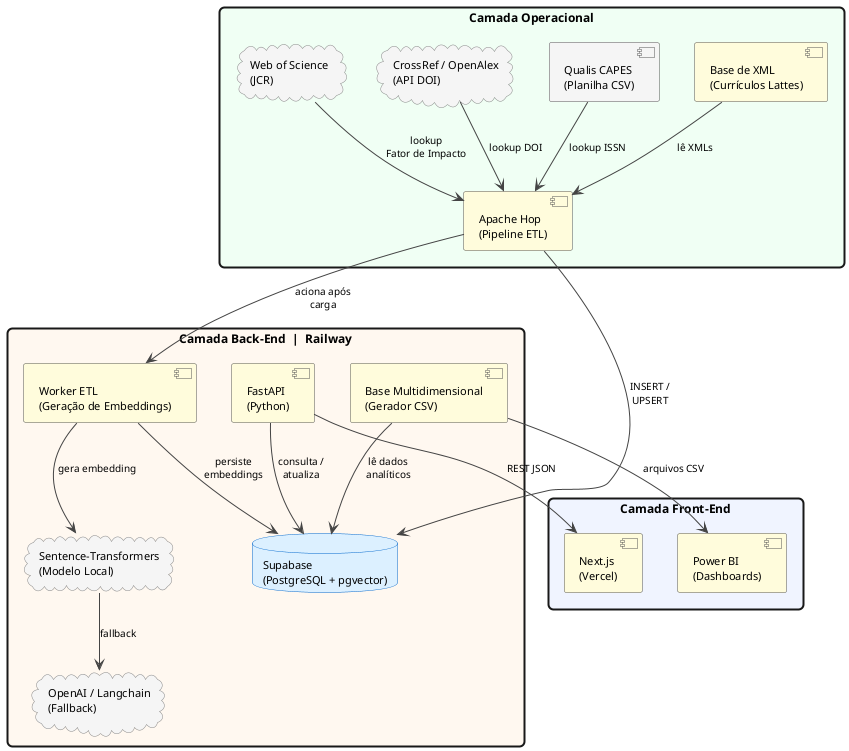
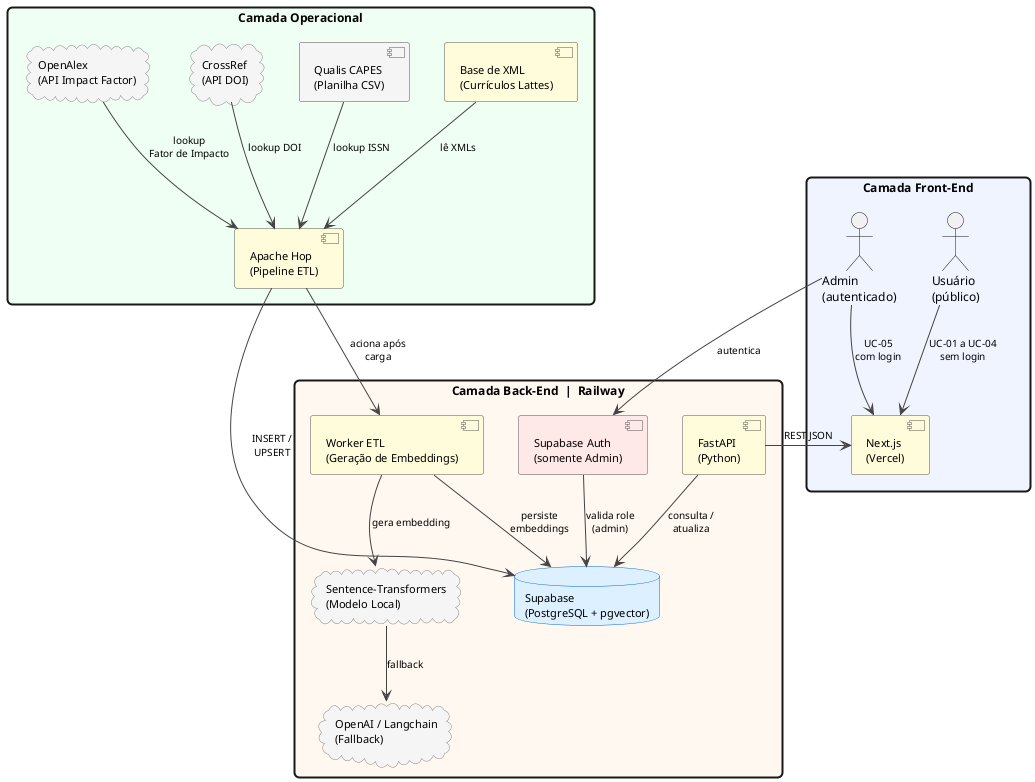
- @startuml SPK-73_Arquitetura
+ @startuml SPK-73_Arquitetura_v3

skinparam backgroundColor #FFFFFF
skinparam defaultFontName Arial
skinparam defaultFontSize 12

skinparam rectangle {
  RoundCorner 10
  BorderThickness 2
}

skinparam component {
  BackgroundColor #FFFCDC
  BorderColor #555555
  FontSize 11
}

skinparam database {
  BackgroundColor #DCF0FF
  BorderColor #0066CC
  FontSize 11
}

skinparam cloud {
  BackgroundColor #F5F5F5
  BorderColor #888888
  FontSize 11
}

skinparam arrow {
  Color #444444
  FontSize 10
}

' ════════════════════════════════════════════════════════
' CAMADA OPERACIONAL
' ════════════════════════════════════════════════════════
rectangle "Camada Operacional" #F0FFF4 {

  component "Base de XML\n(Currículos Lattes)" as XML #FFFCDC
-   component "Apache Hop\n(Pipeline ETL)" as HOP #FFFCDC
+   component "Apache Hop\n(Pipeline ETL)"       as HOP #FFFCDC

  component "Qualis CAPES\n(Planilha CSV)" as QUALIS #F5F5F5
-   cloud "CrossRef / OpenAlex\n(API DOI)" as CROSSREF
-   cloud "Web of Science\n(JCR)" as JCR
+   cloud "CrossRef\n(API DOI)"              as CROSSREF
+   cloud "OpenAlex\n(API Impact Factor)"    as OPENALEX

-   XML --> HOP : lê XMLs
-   QUALIS --> HOP : lookup ISSN
+   XML     --> HOP : lê XMLs
+   QUALIS  --> HOP : lookup ISSN
  CROSSREF --> HOP : lookup DOI
-   JCR --> HOP : lookup\nFator de Impacto
+   OPENALEX --> HOP : lookup\nFator de Impacto
}

' ════════════════════════════════════════════════════════
' CAMADA BACK-END
' ════════════════════════════════════════════════════════
rectangle "Camada Back-End  |  Railway" #FFF8F0 {

  database "Supabase\n(PostgreSQL + pgvector)" as DB

-   component "FastAPI\n(Python)" as API #FFFCDC
+   component "FastAPI\n(Python)"                  as API    #FFFCDC
  component "Worker ETL\n(Geração de Embeddings)" as WORKER #FFFCDC
-   component "Base Multidimensional\n(Gerador CSV)" as CSV #FFFCDC
+   component "Supabase Auth\n(somente Admin)"      as SBAUTH #FFE8E8

  cloud "Sentence-Transformers\n(Modelo Local)" as ST
-   cloud "OpenAI / Langchain\n(Fallback)" as OPENAI
+   cloud "OpenAI / Langchain\n(Fallback)"         as OPENAI

-   API --> DB : consulta /\natualiza
-   WORKER --> DB : persiste\nembeddings
-   WORKER --> ST : gera embedding
-   ST --> OPENAI : fallback
-   CSV --> DB : lê dados\nanalíticos
+   API    --> DB     : consulta /\natualiza
+   WORKER --> DB     : persiste\nembeddings
+   WORKER --> ST     : gera embedding
+   ST     --> OPENAI : fallback
+   SBAUTH --> DB     : valida role\n(admin)
}

' ════════════════════════════════════════════════════════
' CAMADA FRONT-END
' ════════════════════════════════════════════════════════
rectangle "Camada Front-End" #F0F4FF {

  component "Next.js\n(Vercel)" as NEXT #FFFCDC
-   component "Power BI\n(Dashboards)" as PBI #FFFCDC

+   actor "Usuário\n(público)"   as USR
+   actor "Admin\n(autenticado)" as ADM
+ 
+   USR --> NEXT : UC-01 a UC-04\nsem login
+   ADM --> NEXT : UC-05\ncom login
}

' ════════════════════════════════════════════════════════
' CONEXÕES ENTRE CAMADAS
' ════════════════════════════════════════════════════════
- HOP --> DB       : INSERT /\nUPSERT
- HOP --> WORKER   : aciona após\ncarga
+ HOP --> DB     : INSERT /\nUPSERT
+ HOP --> WORKER : aciona após\ncarga

- API --> NEXT     : REST JSON
- CSV --> PBI      : arquivos CSV
+ API --> NEXT   : REST JSON
+ 
+ ADM --> SBAUTH : autentica

@enduml
